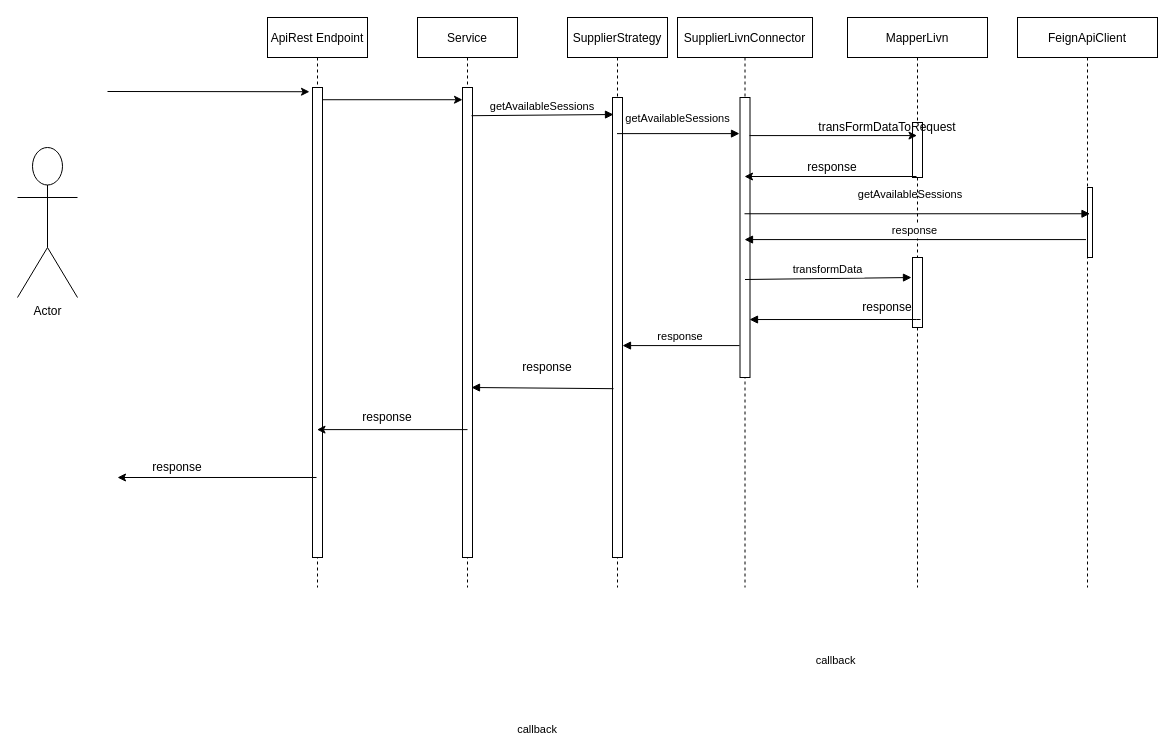
Earlier version of the draw.io diagram Untitled Diagram.drawio (gcijuentes/proyectos). Source tidied: cells renumbered, new cells numbered last; positions are measured from the earlier drawing's top-left corner, leaving out a move shared by most shapes. Both pictures are drawn from the tidied source at 100%, with x=0, y=0 at pixel (17, 17).
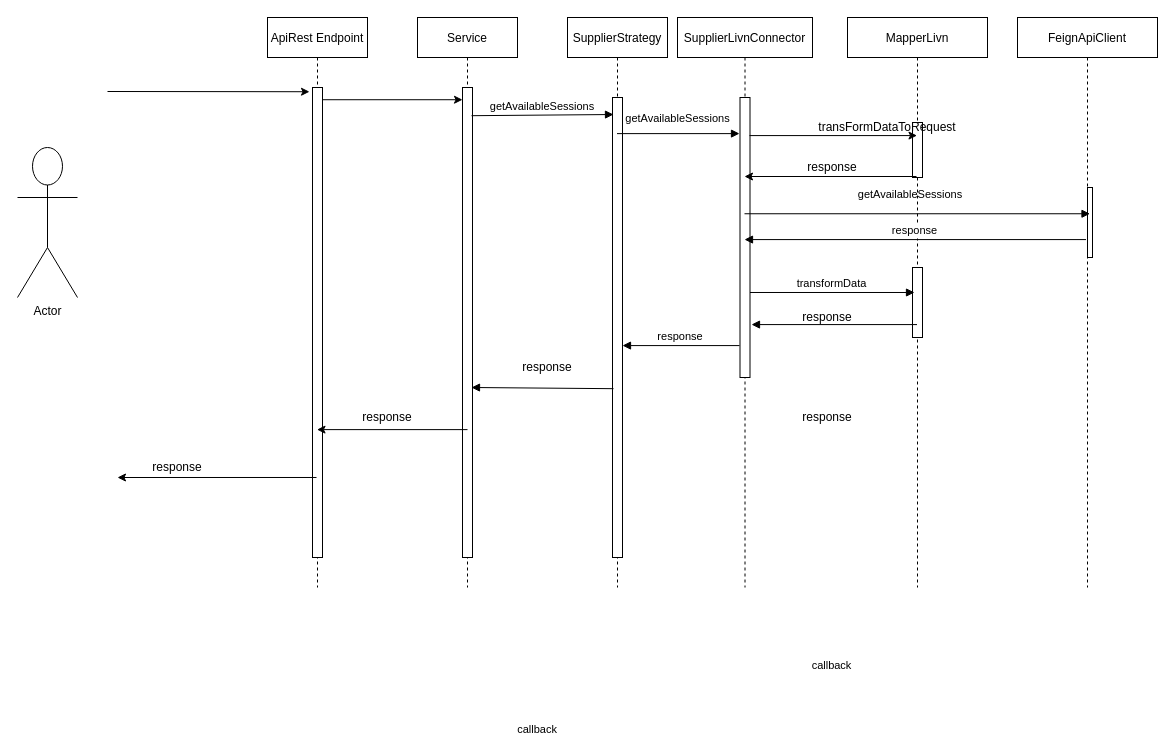
After the change.

Unchanged cells that the change refers to:
```xml
<mxCell id="9" style="points=[];perimeter=orthogonalPerimeter;rounded=0;shadow=0;strokeWidth=1;" parent="8" vertex="1">
  <mxGeometry x="62.5" y="80" width="10" height="280" as="geometry" />
</mxCell>
<mxCell id="15" value="MapperLivn" style="shape=umlLifeline;perimeter=lifelinePerimeter;rounded=0;shadow=0;strokeWidth=1;" parent="1" vertex="1">
  <mxGeometry x="830" width="140" height="570" as="geometry" />
</mxCell>
```

The edit, as a diff of the source:
```diff
@@
     <mxCell id="17" style="points=[];perimeter=orthogonalPerimeter;rounded=0;shadow=0;strokeWidth=1;" parent="15" vertex="1">
-      <mxGeometry x="65" y="240" width="10" height="70" as="geometry" />
+      <mxGeometry x="65" y="250" width="10" height="70" as="geometry" />
     </mxCell>
-    <mxCell id="18" value="transformData" style="verticalAlign=bottom;endArrow=block;shadow=0;strokeWidth=1;exitX=0.5;exitY=0.65;exitDx=0;exitDy=0;exitPerimeter=0;entryX=-0.1;entryY=0.286;entryDx=0;entryDy=0;entryPerimeter=0;" parent="1" edge="1" source="9" target="17">
+    <mxCell id="18" value="transformData" style="verticalAlign=bottom;endArrow=block;shadow=0;strokeWidth=1;entryX=0.2;entryY=0.357;entryDx=0;entryDy=0;entryPerimeter=0;" parent="1" edge="1" source="9" target="17">
       <mxGeometry relative="1" as="geometry" />
     </mxCell>
@@
-    <mxCell id="20" value="callback" style="verticalAlign=bottom;endArrow=block;entryX=0.95;entryY=0.793;shadow=0;strokeWidth=1;entryDx=0;entryDy=0;entryPerimeter=0;" parent="1" edge="1" source="15" target="9">
-      <mxGeometry x="0.03" y="350" relative="1" as="geometry">
-        <Array as="points">
-          <mxPoint x="905" y="302" />
-        </Array>
-      </mxGeometry>
+    <mxCell id="20" value="callback" style="verticalAlign=bottom;endArrow=block;entryX=1.15;entryY=0.811;shadow=0;strokeWidth=1;entryDx=0;entryDy=0;entryPerimeter=0;" parent="1" edge="1" source="15" target="9">
+      <mxGeometry x="0.03" y="350" relative="1" as="geometry" />
     </mxCell>
@@
     <mxCell id="22" value="response" style="text;html=1;strokeColor=none;fillColor=none;align=center;verticalAlign=middle;whiteSpace=wrap;rounded=0;" parent="1" vertex="1">
-      <mxGeometry x="850" y="280" width="40" height="20" as="geometry" />
+      <mxGeometry x="790" y="290" width="40" height="20" as="geometry" />
     </mxCell>
+    <mxCell id="36" value="response" style="text;html=1;strokeColor=none;fillColor=none;align=center;verticalAlign=middle;whiteSpace=wrap;rounded=0;" parent="1" vertex="1">
+      <mxGeometry x="790" y="390" width="40" height="20" as="geometry" />
+    </mxCell>
```
